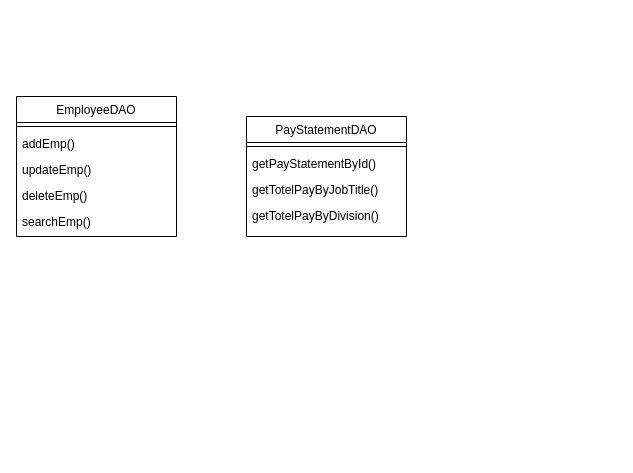
This is Diagram/classDiagram2.drawio from linnypham/CSC3350_project, a draw.io file, before an edit. Source tidied: cells renumbered, new cells numbered last; positions are measured from the earlier drawing's top-left corner, leaving out a move shared by most shapes. Both pictures are drawn from the tidied source at 100%, with x=0, y=0 at pixel (16, 96).
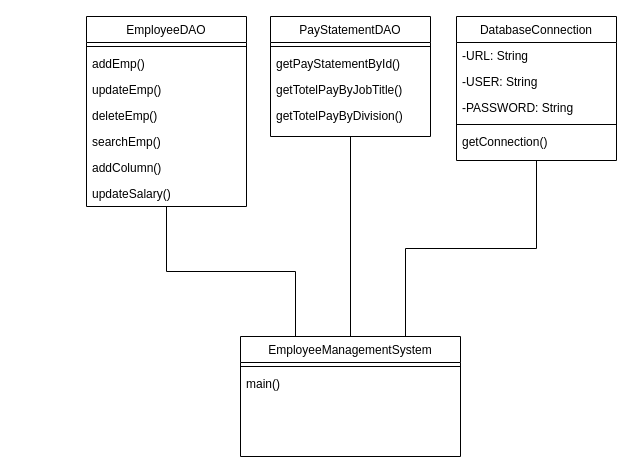
The same page after the edit.

What changed in the source:
```diff
@@
+    <mxCell id="13" style="edgeStyle=orthogonalEdgeStyle;rounded=0;jettySize=auto;html=1;entryX=0.25;entryY=0;entryDx=0;entryDy=0;endArrow=none;endFill=0;" parent="1" edge="1" source="2" target="17">
+      <mxGeometry relative="1" as="geometry" />
+    </mxCell>
     <mxCell id="2" value="EmployeeDAO" style="swimlane;fontStyle=0;align=center;verticalAlign=top;horizontal=1;startSize=26;rounded=0;shadow=0;strokeWidth=1;" parent="1" vertex="1">
-      <mxGeometry width="160" height="140" as="geometry" />
+      <mxGeometry x="70" y="-80" width="160" height="190" as="geometry" />
     </mxCell>
@@
+    <mxCell id="14" value="addColumn()" style="text;align=left;verticalAlign=top;spacingLeft=4;spacingRight=4;overflow=hidden;" parent="2" vertex="1">
+      <mxGeometry y="138" width="160" height="26" as="geometry" />
+    </mxCell>
+    <mxCell id="15" value="updateSalary()" style="text;align=left;verticalAlign=top;spacingLeft=4;spacingRight=4;overflow=hidden;" parent="2" vertex="1">
+      <mxGeometry y="164" width="160" height="26" as="geometry" />
+    </mxCell>
+    <mxCell id="16" style="edgeStyle=orthogonalEdgeStyle;rounded=0;jettySize=auto;html=1;endArrow=none;endFill=0;" parent="1" edge="1" source="8" target="17">
+      <mxGeometry relative="1" as="geometry" />
+    </mxCell>
     <mxCell id="8" value="PayStatementDAO" style="swimlane;fontStyle=0;align=center;verticalAlign=top;horizontal=1;startSize=26;rounded=0;shadow=0;strokeWidth=1;" parent="1" vertex="1">
-      <mxGeometry x="230" y="20" width="160" height="120" as="geometry" />
+      <mxGeometry x="254" y="-80" width="160" height="120" as="geometry" />
     </mxCell>
@@
+    <mxCell id="17" value="EmployeeManagementSystem" style="swimlane;fontStyle=0;align=center;verticalAlign=top;horizontal=1;startSize=26;rounded=0;shadow=0;strokeWidth=1;" parent="1" vertex="1">
+      <mxGeometry x="224" y="240" width="220" height="120" as="geometry" />
+    </mxCell>
+    <mxCell id="18" style="line;html=1;strokeWidth=1;align=left;verticalAlign=middle;spacingTop=-1;spacingLeft=3;spacingRight=3;labelPosition=right;" parent="17" vertex="1">
+      <mxGeometry y="26" width="220" height="8" as="geometry" />
+    </mxCell>
+    <mxCell id="19" value="main()" style="text;align=left;verticalAlign=top;spacingLeft=4;spacingRight=4;overflow=hidden;" parent="17" vertex="1">
+      <mxGeometry y="34" width="220" height="26" as="geometry" />
+    </mxCell>
+    <mxCell id="20" style="edgeStyle=orthogonalEdgeStyle;rounded=0;jettySize=auto;html=1;exitX=0.5;exitY=1;exitDx=0;exitDy=0;entryX=0.75;entryY=0;entryDx=0;entryDy=0;endArrow=none;endFill=0;" parent="1" edge="1" source="21" target="17">
+      <mxGeometry relative="1" as="geometry" />
+    </mxCell>
+    <mxCell id="21" value="DatabaseConnection" style="swimlane;fontStyle=0;align=center;verticalAlign=top;horizontal=1;startSize=26;rounded=0;shadow=0;strokeWidth=1;" parent="1" vertex="1">
+      <mxGeometry x="440" y="-80" width="160" height="144" as="geometry" />
+    </mxCell>
+    <mxCell id="22" value="-URL: String" style="text;align=left;verticalAlign=top;spacingLeft=4;spacingRight=4;overflow=hidden;" parent="21" vertex="1">
+      <mxGeometry y="26" width="160" height="26" as="geometry" />
+    </mxCell>
+    <mxCell id="23" value="-USER: String" style="text;align=left;verticalAlign=top;spacingLeft=4;spacingRight=4;overflow=hidden;" parent="21" vertex="1">
+      <mxGeometry y="52" width="160" height="26" as="geometry" />
+    </mxCell>
+    <mxCell id="24" value="-PASSWORD: String" style="text;align=left;verticalAlign=top;spacingLeft=4;spacingRight=4;overflow=hidden;" parent="21" vertex="1">
+      <mxGeometry y="78" width="160" height="26" as="geometry" />
+    </mxCell>
+    <mxCell id="25" style="line;html=1;strokeWidth=1;align=left;verticalAlign=middle;spacingTop=-1;spacingLeft=3;spacingRight=3;labelPosition=right;" parent="21" vertex="1">
+      <mxGeometry y="104" width="160" height="8" as="geometry" />
+    </mxCell>
+    <mxCell id="26" value="getConnection()" style="text;align=left;verticalAlign=top;spacingLeft=4;spacingRight=4;overflow=hidden;" parent="21" vertex="1">
+      <mxGeometry y="112" width="160" height="26" as="geometry" />
+    </mxCell>
```
